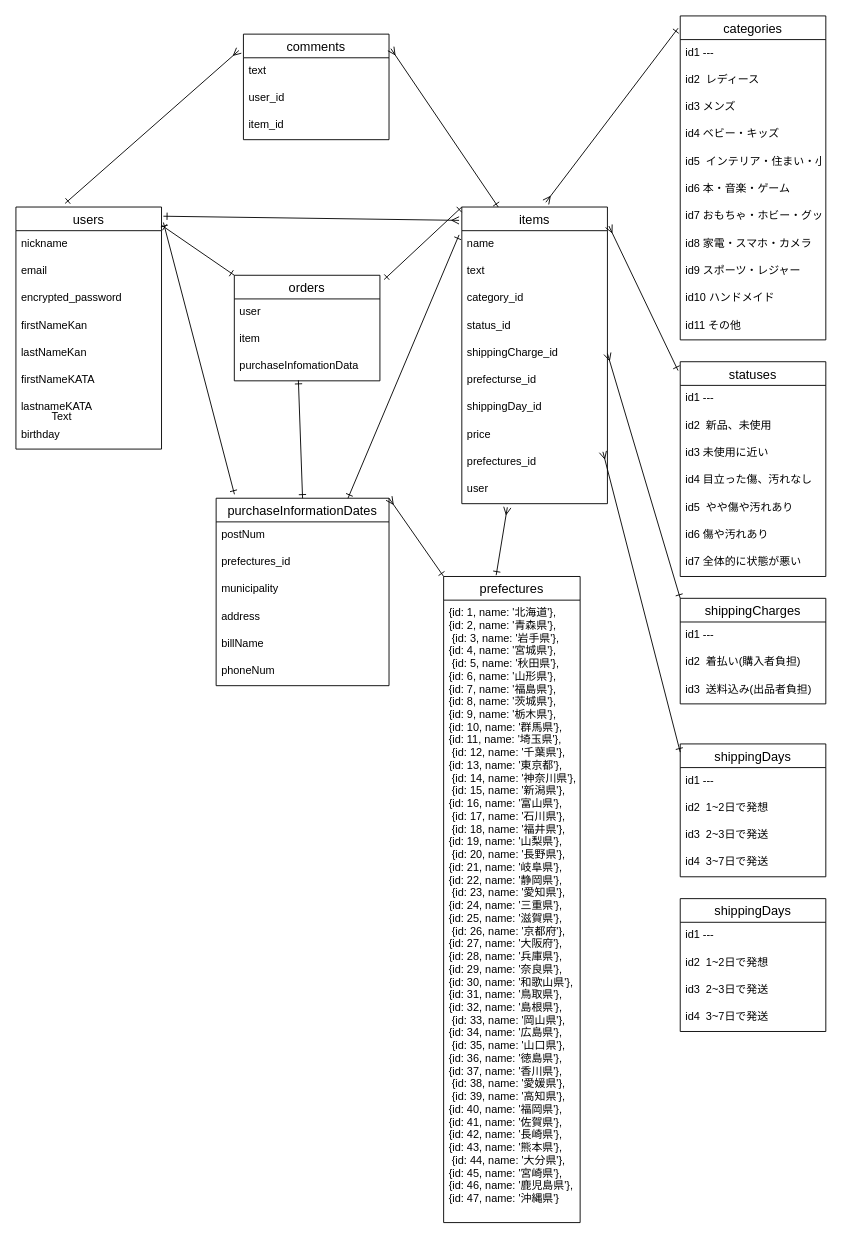
The draw.io diagram ER.dio in Naoki-Kakimura/furima-34447, before the edit. Source tidied: cells renumbered, new cells numbered last; positions are measured from the earlier drawing's top-left corner, leaving out a move shared by most shapes. Both pictures are drawn from the tidied source at 91%, with x=0, y=0 at pixel (15, 15).
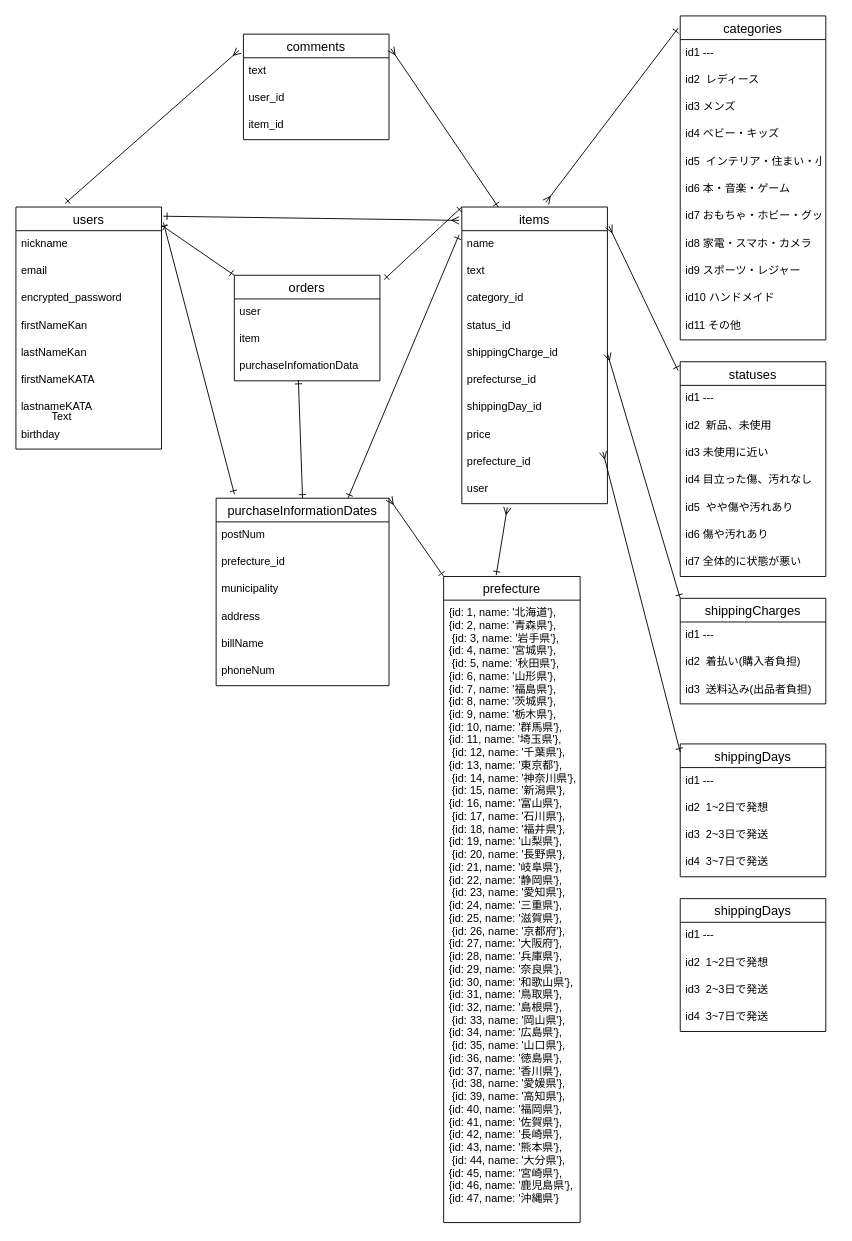
After the change.

Unchanged cells that the change refers to:
```xml
<mxCell id="11" value="items" style="swimlane;fontStyle=0;horizontal=1;startSize=26;align=center;fontSize=14;" parent="1" vertex="1">
  <mxGeometry x="490" y="210" width="160" height="326" as="geometry" />
</mxCell>
<mxCell id="26" value="purchaseInformationDates" style="swimlane;fontStyle=0;horizontal=1;startSize=26;align=center;fontSize=14;" parent="1" vertex="1">
  <mxGeometry x="220" y="530" width="190" height="206" as="geometry" />
</mxCell>
```

Diff of the diagram source:
```diff
@@
-    <mxCell id="20" value="prefectures_id&#10;" style="text;strokeColor=none;fillColor=none;spacingLeft=4;spacingRight=4;overflow=hidden;fontSize=12;" parent="11" vertex="1">
+    <mxCell id="20" value="prefecture_id&#10;" style="text;strokeColor=none;fillColor=none;spacingLeft=4;spacingRight=4;overflow=hidden;fontSize=12;" parent="11" vertex="1">
       <mxGeometry y="266" width="160" height="30" as="geometry" />
     </mxCell>
@@
-    <mxCell id="28" value="prefectures_id&#10;" style="text;strokeColor=none;fillColor=none;spacingLeft=4;spacingRight=4;overflow=hidden;fontSize=12;" parent="26" vertex="1">
+    <mxCell id="28" value="prefecture_id&#10;" style="text;strokeColor=none;fillColor=none;spacingLeft=4;spacingRight=4;overflow=hidden;fontSize=12;" parent="26" vertex="1">
       <mxGeometry y="56" width="190" height="30" as="geometry" />
     </mxCell>
@@
-    <mxCell id="38" value="prefectures" style="swimlane;fontStyle=0;horizontal=1;startSize=26;align=center;fontSize=14;" parent="1" vertex="1">
+    <mxCell id="38" value="prefecture" style="swimlane;fontStyle=0;horizontal=1;startSize=26;align=center;fontSize=14;" parent="1" vertex="1">
       <mxGeometry x="470" y="616" width="150" height="710" as="geometry" />
     </mxCell>
```
